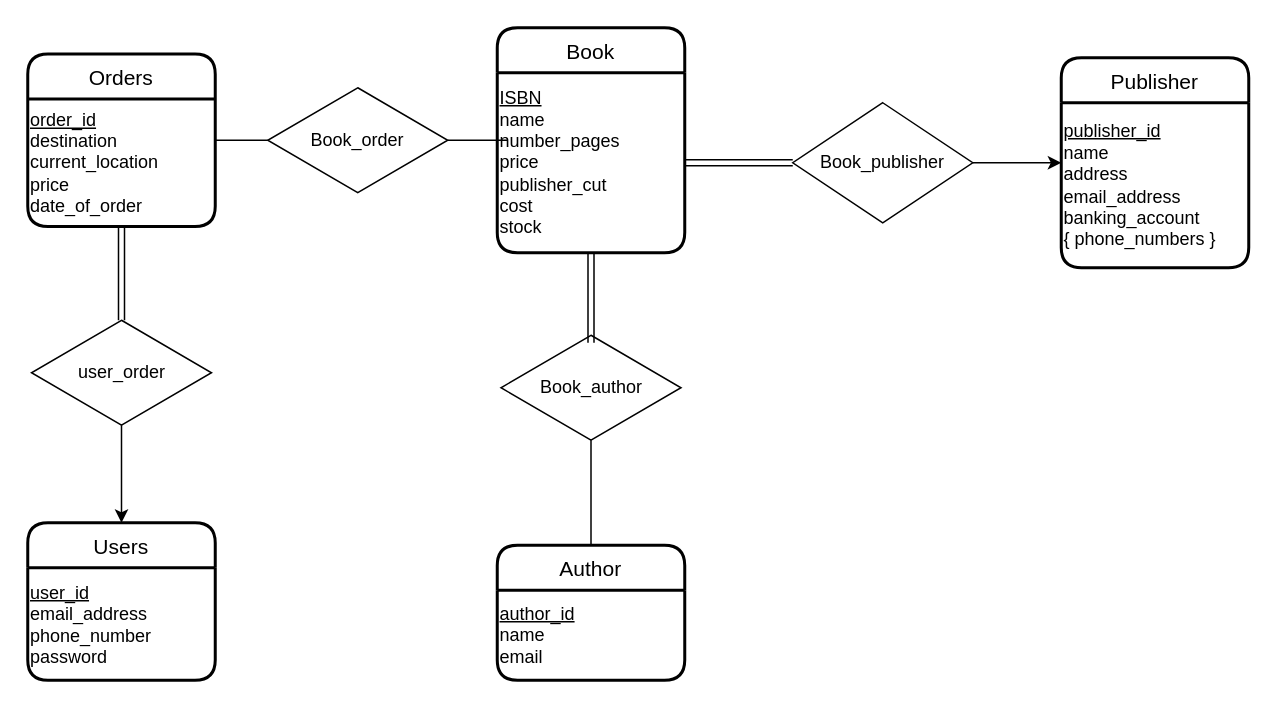
ianyau28/3005Lib keeps this draw.io diagram as ERD.drawio. Above is the earlier version. Source tidied: cells renumbered, new cells numbered last; positions are measured from the earlier drawing's top-left corner, leaving out a move shared by most shapes. Both pictures are drawn from the tidied source at 150%, with x=0, y=0 at pixel (27, 27).
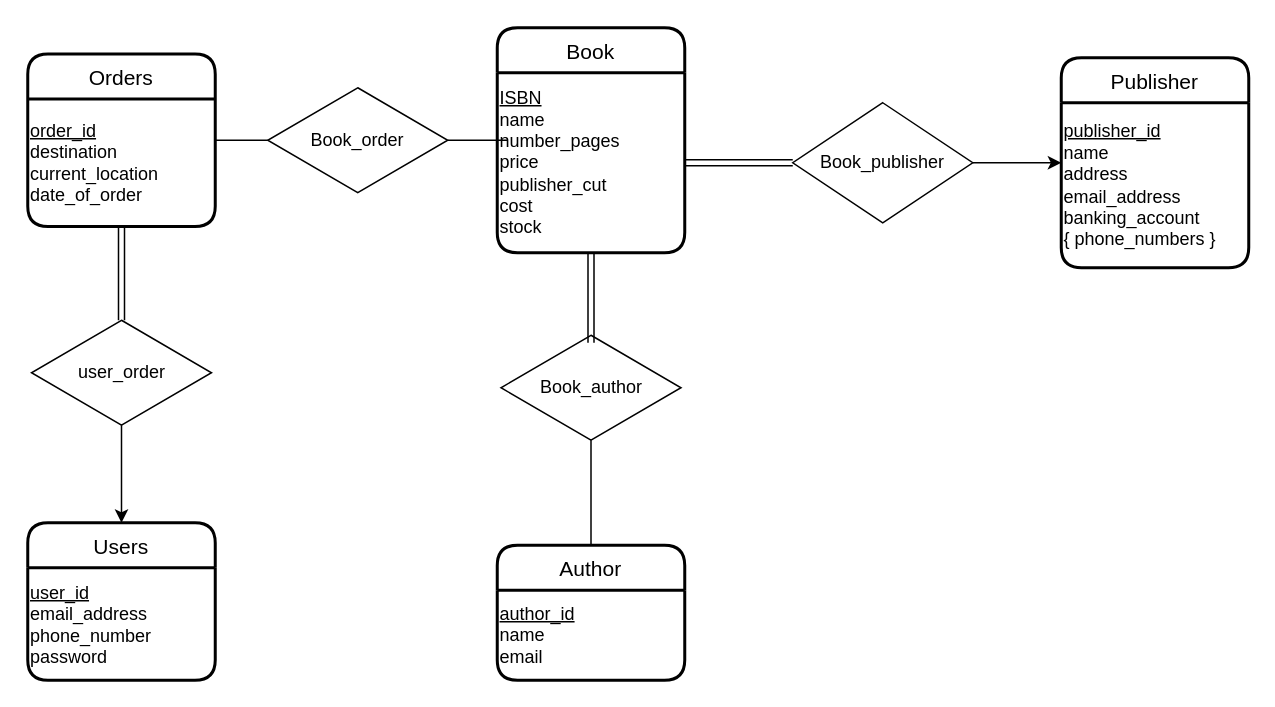
After the change.

Unchanged cells that the change refers to:
```xml
<mxCell id="15" value="Orders" style="swimlane;horizontal=1;startSize=30;rounded=1;fontSize=14;fontStyle=0;strokeWidth=2;shadow=0;dashed=0;align=center;" parent="1" vertex="1">
  <mxGeometry y="17.5" width="125" height="115" as="geometry" />
</mxCell>
```

Change to the diagram source:
```diff
@@
-    <mxCell id="16" value="&lt;blockquote style=&quot;margin: 0 0 0 40px ; border: none ; padding: 0px&quot;&gt;&lt;/blockquote&gt;&lt;u&gt;order_id&lt;/u&gt;&lt;br&gt;&lt;blockquote style=&quot;margin: 0 0 0 40px ; border: none ; padding: 0px&quot;&gt;&lt;/blockquote&gt;destination&lt;br&gt;&lt;blockquote style=&quot;margin: 0 0 0 40px ; border: none ; padding: 0px&quot;&gt;&lt;/blockquote&gt;current_location&lt;br&gt;price&lt;br&gt;date_of_order" style="text;html=1;align=left;verticalAlign=middle;points=[];strokeColor=none;fillColor=none;" parent="15" vertex="1">
+    <mxCell id="16" value="&lt;blockquote style=&quot;margin: 0 0 0 40px ; border: none ; padding: 0px&quot;&gt;&lt;/blockquote&gt;&lt;u&gt;order_id&lt;/u&gt;&lt;br&gt;&lt;blockquote style=&quot;margin: 0 0 0 40px ; border: none ; padding: 0px&quot;&gt;&lt;/blockquote&gt;destination&lt;br&gt;&lt;blockquote style=&quot;margin: 0 0 0 40px ; border: none ; padding: 0px&quot;&gt;&lt;/blockquote&gt;current_location&lt;br&gt;date_of_order" style="text;html=1;align=left;verticalAlign=middle;points=[];strokeColor=none;fillColor=none;" parent="15" vertex="1">
       <mxGeometry y="30" width="125" height="85" as="geometry" />
     </mxCell>
```
